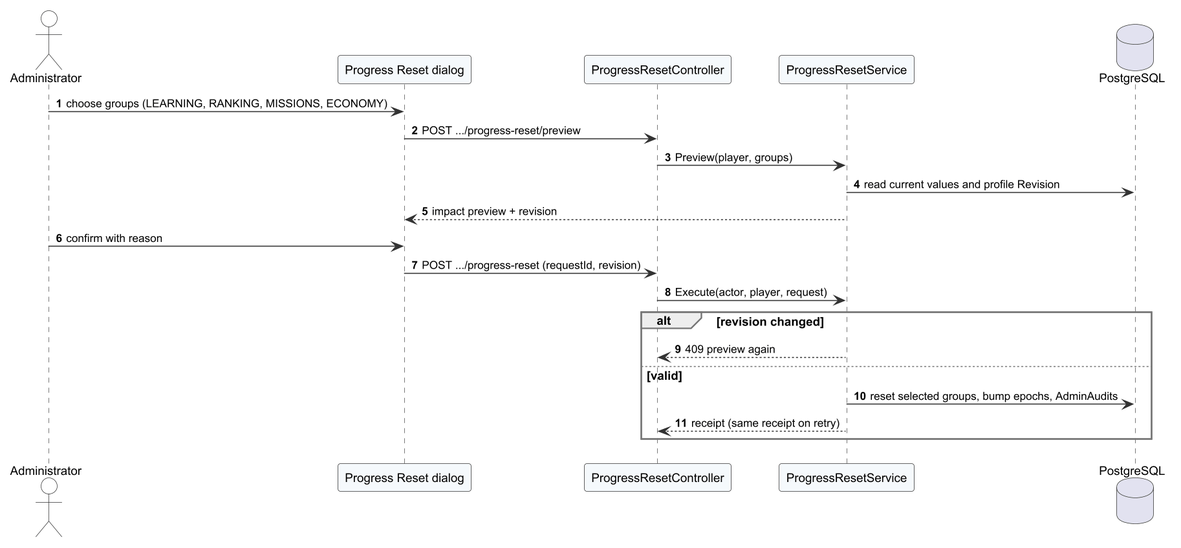
Above: Doc/Project_report/Report/diagrams/png/r4_seq_reset.png in Tad-Min/PickleVerse (PlantUML), before the change. Its diagram source:
```plantuml
@startuml r4_seq_reset
!include _style.iuml
autonumber
skinparam responseMessageBelowArrow true

actor Administrator as Admin
participant "Progress Reset dialog" as W
participant "ProgressResetController" as C
participant "ProgressResetService" as S
database "PostgreSQL" as DB
Admin -> W : choose groups (LEARNING, RANKING, MISSIONS, ECONOMY)
W -> C : POST .../progress-reset/preview
C -> S : Preview(player, groups)
S -> DB : read current values and profile Revision
S --> W : impact preview + revision
Admin -> W : confirm with reason
W -> C : POST .../progress-reset (requestId, revision)
C -> S : Execute(actor, player, request)
alt revision changed
  S --> C : 409 preview again
else valid
  S -> DB : reset selected groups, bump epochs, AdminAudits
  S --> C : receipt (same receipt on retry)
end
@enduml
```
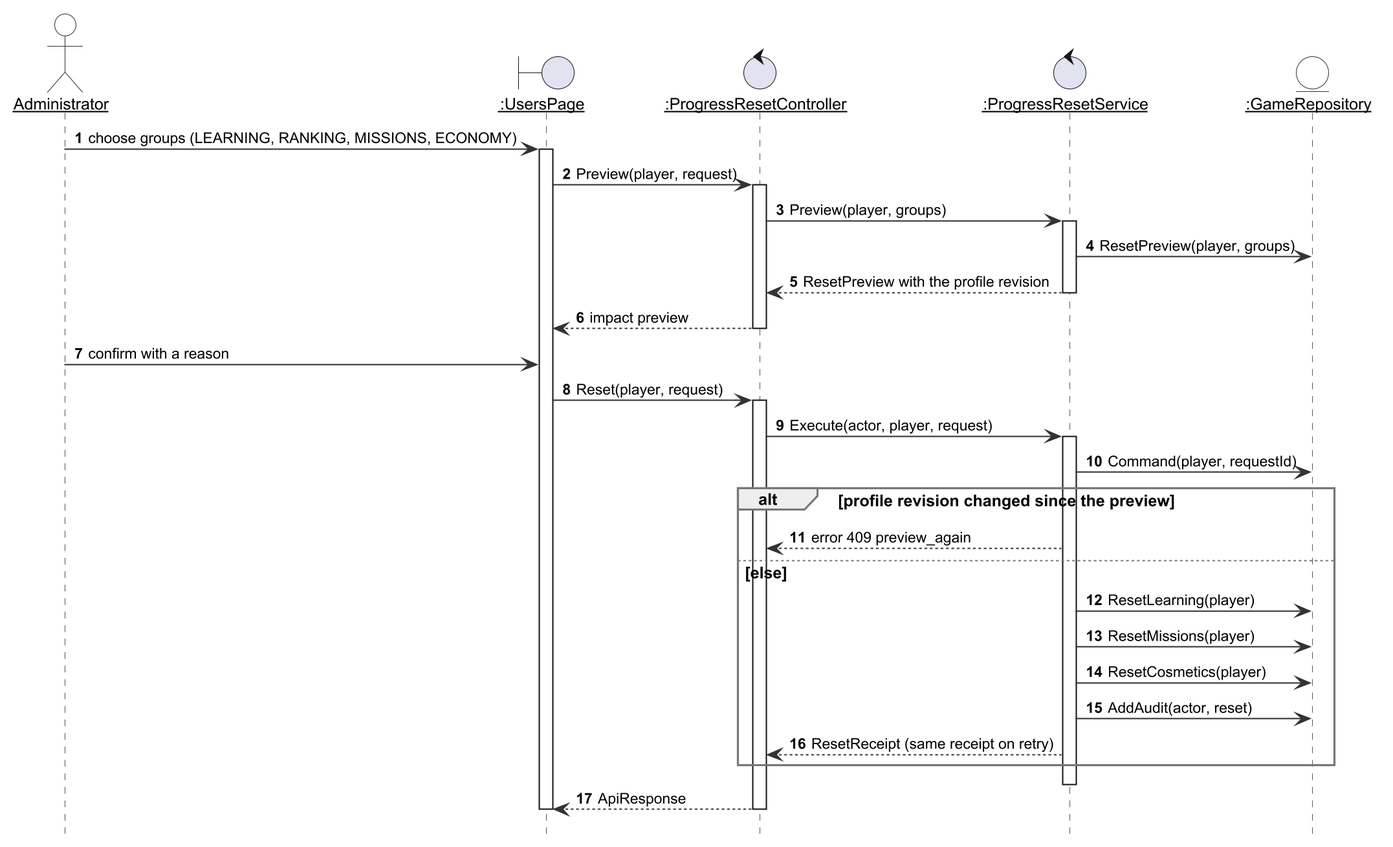
After the commit.

Change to the diagram source:
```diff
@@ -2,24 +2,42 @@
 !include _style.iuml
 autonumber
 skinparam responseMessageBelowArrow true
+skinparam sequenceParticipant underline
+hide footbox
 
 actor Administrator as Admin
-participant "Progress Reset dialog" as W
-participant "ProgressResetController" as C
-participant "ProgressResetService" as S
-database "PostgreSQL" as DB
+boundary ":UsersPage" as W
+control ":ProgressResetController" as C
+control ":ProgressResetService" as S
+entity ":GameRepository" as G
 Admin -> W : choose groups (LEARNING, RANKING, MISSIONS, ECONOMY)
-W -> C : POST .../progress-reset/preview
+activate W
+W -> C : Preview(player, request)
+activate C
 C -> S : Preview(player, groups)
-S -> DB : read current values and profile Revision
-S --> W : impact preview + revision
-Admin -> W : confirm with reason
-W -> C : POST .../progress-reset (requestId, revision)
+activate S
+S -> G : ResetPreview(player, groups)
+S --> C : ResetPreview with the profile revision
+deactivate S
+C --> W : impact preview
+deactivate C
+Admin -> W : confirm with a reason
+W -> C : Reset(player, request)
+activate C
 C -> S : Execute(actor, player, request)
-alt revision changed
-  S --> C : 409 preview again
-else valid
-  S -> DB : reset selected groups, bump epochs, AdminAudits
-  S --> C : receipt (same receipt on retry)
+activate S
+S -> G : Command(player, requestId)
+alt profile revision changed since the preview
+  S --> C : error 409 preview_again
+else else
+  S -> G : ResetLearning(player)
+  S -> G : ResetMissions(player)
+  S -> G : ResetCosmetics(player)
+  S -> G : AddAudit(actor, reset)
+  S --> C : ResetReceipt (same receipt on retry)
 end
+deactivate S
+C --> W : ApiResponse
+deactivate C
+deactivate W
 @enduml
```
